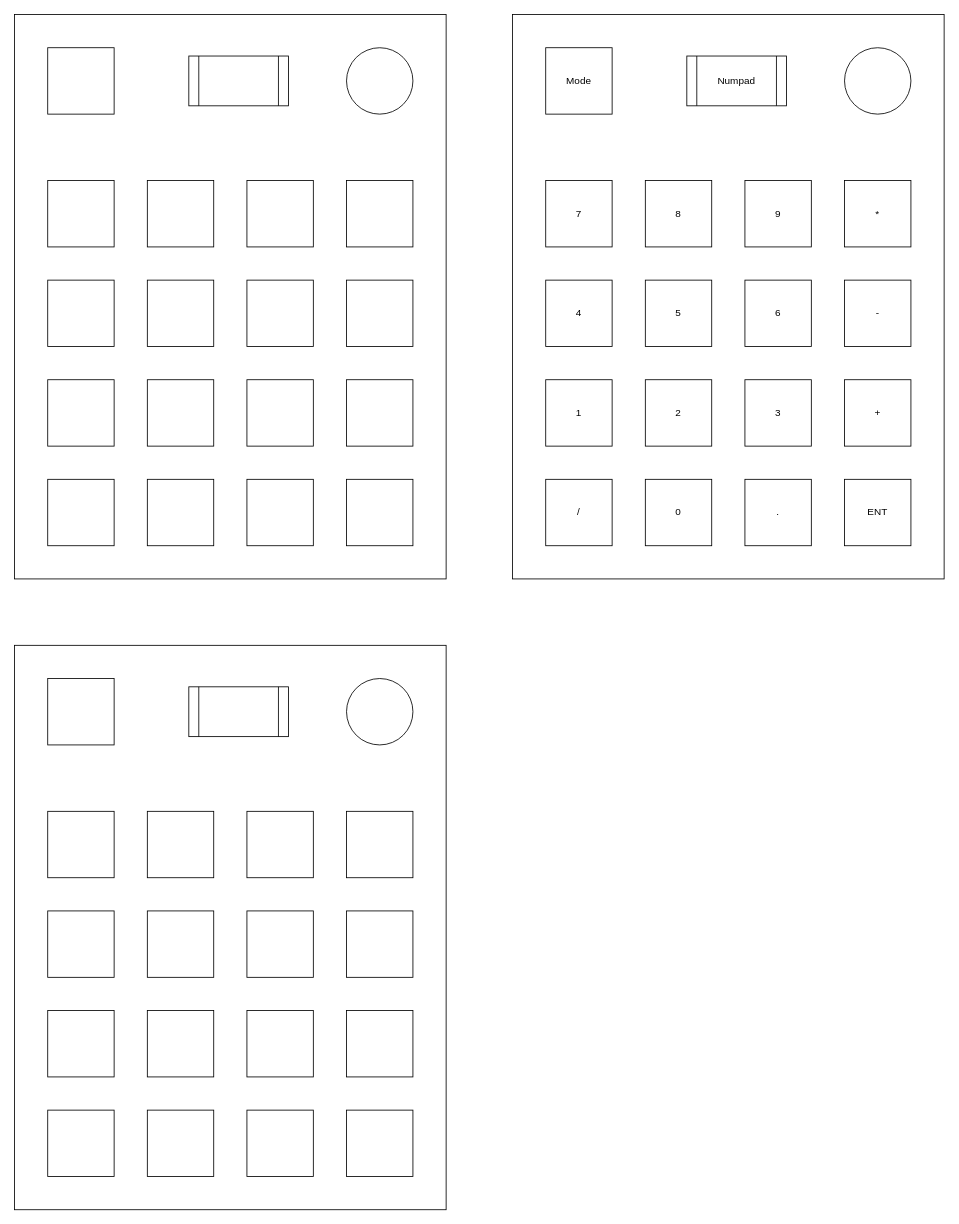
Before: LargeProjects/Keyboard/Layout.drawio in dan71853/MyProjects, a draw.io diagram. Source tidied: cells renumbered, new cells numbered last; positions are measured from the earlier drawing's top-left corner, leaving out a move shared by most shapes. Both pictures are drawn from the tidied source at 83%, with x=0, y=0 at pixel (14, 14).
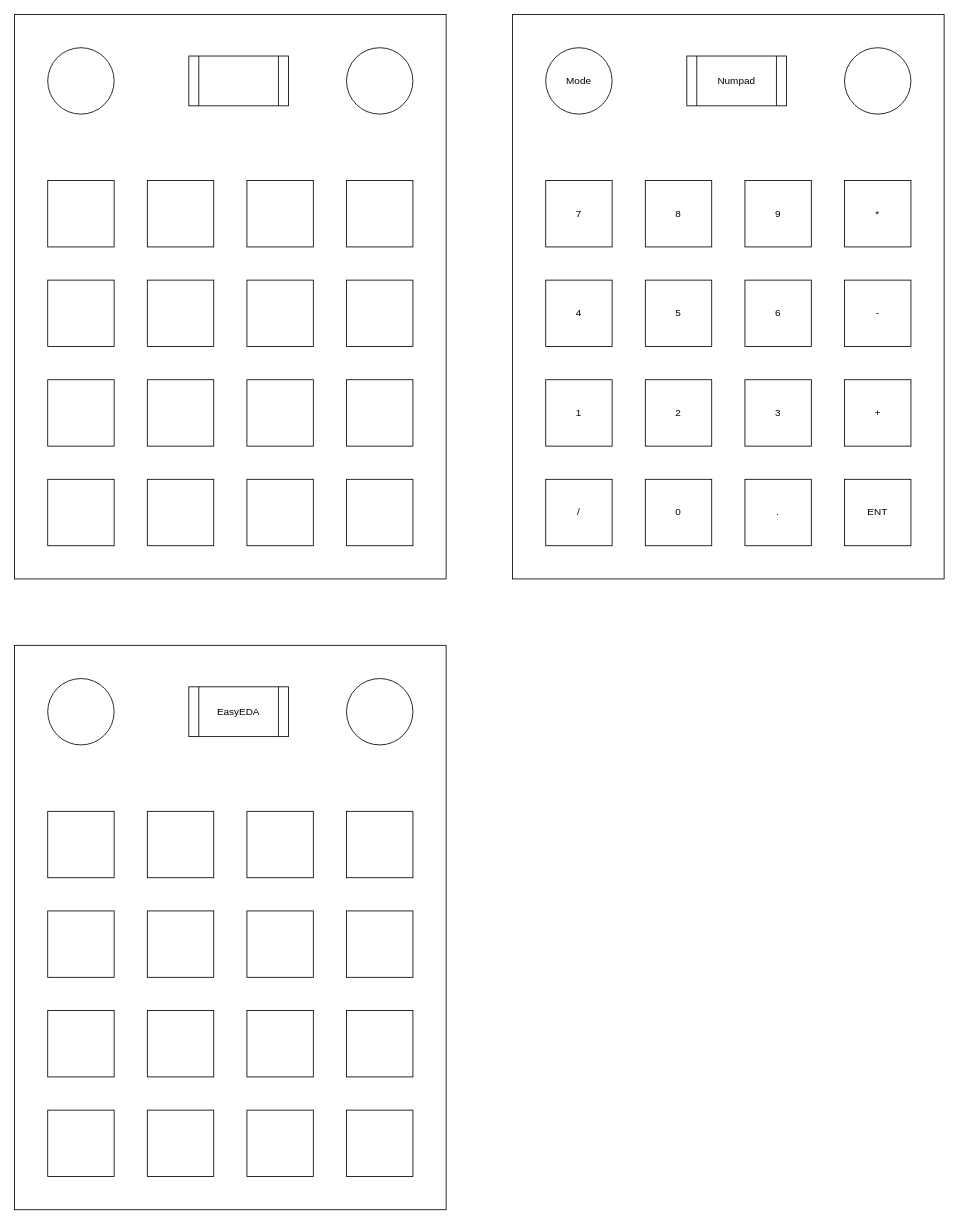
The same page after the edit.

The edit, as a diff of the source:
```diff
@@
-    <mxCell id="19" style="whiteSpace=wrap;html=1;" parent="1" vertex="1">
-      <mxGeometry x="40" y="40" width="80" height="80" as="geometry" />
-    </mxCell>
@@
-    <mxCell id="39" value="Mode" style="whiteSpace=wrap;html=1;" parent="1" vertex="1">
-      <mxGeometry x="640" y="40" width="80" height="80" as="geometry" />
-    </mxCell>
@@
-    <mxCell id="59" style="whiteSpace=wrap;html=1;" parent="1" vertex="1">
-      <mxGeometry x="40" y="800" width="80" height="80" as="geometry" />
-    </mxCell>
@@
-    <mxCell id="61" style="shape=process;whiteSpace=wrap;html=1;backgroundOutline=1;" parent="1" vertex="1">
+    <mxCell id="61" value="EasyEDA" style="shape=process;whiteSpace=wrap;html=1;backgroundOutline=1;" parent="1" vertex="1">
       <mxGeometry x="210" y="810" width="120" height="60" as="geometry" />
     </mxCell>
+    <mxCell id="39" value="Mode" style="ellipse;whiteSpace=wrap;html=1;" parent="1" vertex="1">
+      <mxGeometry x="640" y="40" width="80" height="80" as="geometry" />
+    </mxCell>
+    <mxCell id="62" style="ellipse;whiteSpace=wrap;html=1;" parent="1" vertex="1">
+      <mxGeometry x="40" y="40" width="80" height="80" as="geometry" />
+    </mxCell>
+    <mxCell id="63" style="ellipse;whiteSpace=wrap;html=1;" parent="1" vertex="1">
+      <mxGeometry x="40" y="800" width="80" height="80" as="geometry" />
+    </mxCell>
```
